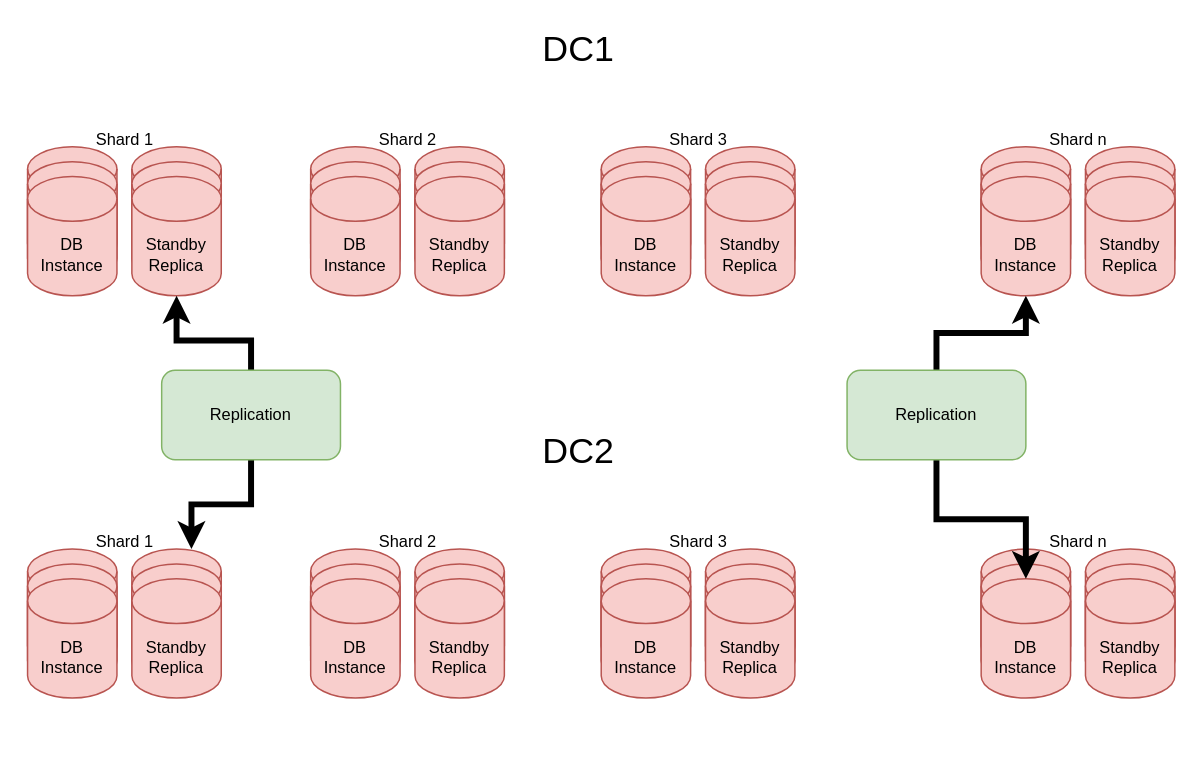
Earlier version of the draw.io diagram page "RDBMS-Topology" (5 of 8) of design/sns.drawio (sheelprabhakar/social-network). Source tidied: cells renumbered, new cells numbered last; positions are measured from the earlier drawing's top-left corner, leaving out a move shared by most shapes. Both pictures are drawn from the tidied source at 149%, with x=0, y=0 at pixel (27, 27).
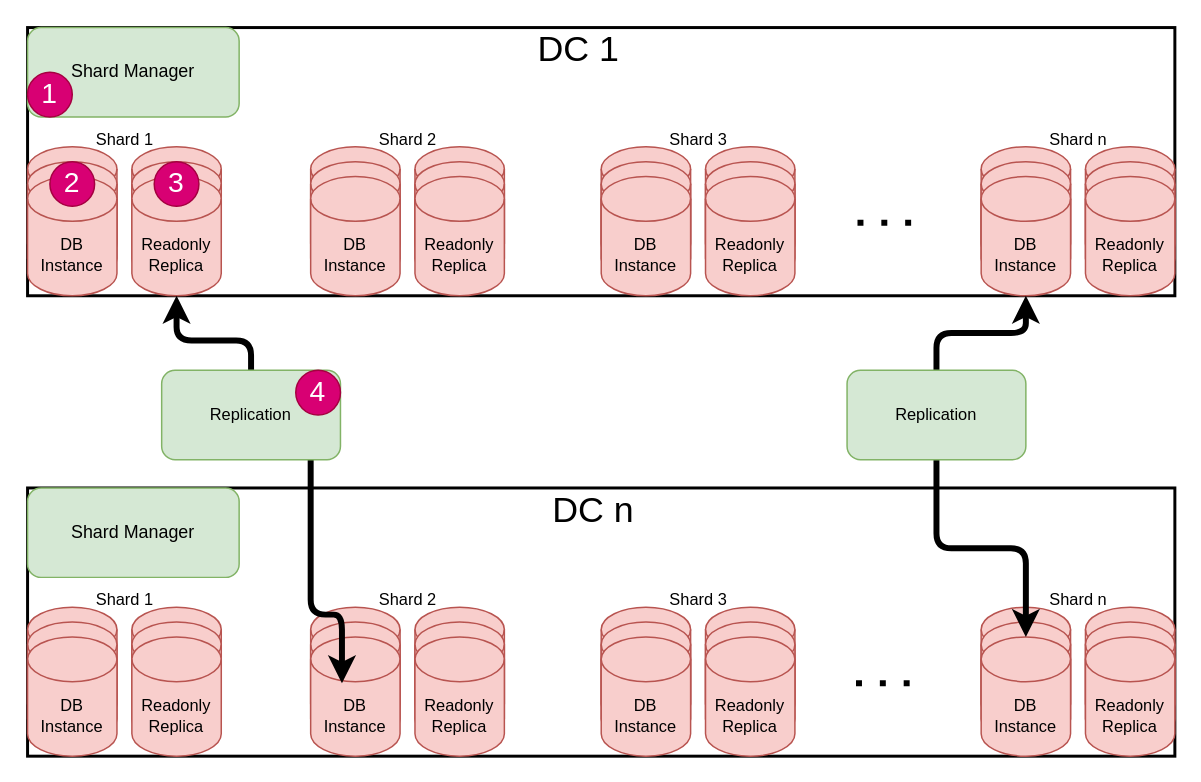
The same diagram, later.

Unchanged cells that the change refers to:
```xml
<mxCell id="5" style="group;fontFamily=Helvetica;fontSize=11;fontColor=default;" parent="4" vertex="1">
  <mxGeometry width="60" height="100" as="geometry" />
</mxCell>
<mxCell id="9" style="group;fontFamily=Helvetica;fontSize=11;fontColor=default;" parent="4" vertex="1">
  <mxGeometry x="70" width="60" height="100" as="geometry" />
</mxCell>
<mxCell id="21" style="group;fontFamily=Helvetica;fontSize=11;fontColor=default;" parent="16" vertex="1">
  <mxGeometry x="70" width="60" height="100" as="geometry" />
</mxCell>
<mxCell id="32" style="group;fontFamily=Helvetica;fontSize=11;fontColor=default;" parent="27" vertex="1">
  <mxGeometry x="70" width="60" height="100" as="geometry" />
</mxCell>
<mxCell id="42" value="DB Instance" style="shape=cylinder3;whiteSpace=wrap;html=1;boundedLbl=1;backgroundOutline=1;size=15;fillColor=#f8cecc;strokeColor=#b85450;fontFamily=Helvetica;fontSize=11;fontColor=default;" parent="39" vertex="1">
  <mxGeometry y="20" width="60" height="80" as="geometry" />
</mxCell>
<mxCell id="43" style="group;fontFamily=Helvetica;fontSize=11;fontColor=default;" parent="38" vertex="1">
  <mxGeometry x="70" width="60" height="100" as="geometry" />
</mxCell>
<mxCell id="55" style="group;fontFamily=Helvetica;fontSize=11;fontColor=default;" parent="50" vertex="1">
  <mxGeometry x="70" width="60" height="100" as="geometry" />
</mxCell>
<mxCell id="56" style="shape=cylinder3;whiteSpace=wrap;html=1;boundedLbl=1;backgroundOutline=1;size=15;fillColor=#f8cecc;strokeColor=#b85450;fontFamily=Helvetica;fontSize=11;fontColor=default;" parent="55" vertex="1">
  <mxGeometry width="60" height="80" as="geometry" />
</mxCell>
<mxCell id="66" value="DB Instance" style="shape=cylinder3;whiteSpace=wrap;html=1;boundedLbl=1;backgroundOutline=1;size=15;fillColor=#f8cecc;strokeColor=#b85450;fontFamily=Helvetica;fontSize=11;fontColor=default;" parent="63" vertex="1">
  <mxGeometry y="20" width="60" height="80" as="geometry" />
</mxCell>
<mxCell id="67" style="group;fontFamily=Helvetica;fontSize=11;fontColor=default;" parent="62" vertex="1">
  <mxGeometry x="70" width="60" height="100" as="geometry" />
</mxCell>
<mxCell id="78" style="group;fontFamily=Helvetica;fontSize=11;fontColor=default;" parent="73" vertex="1">
  <mxGeometry x="70" width="60" height="100" as="geometry" />
</mxCell>
<mxCell id="88" value="DB Instance" style="shape=cylinder3;whiteSpace=wrap;html=1;boundedLbl=1;backgroundOutline=1;size=15;fillColor=#f8cecc;strokeColor=#b85450;fontFamily=Helvetica;fontSize=11;fontColor=default;" parent="85" vertex="1">
  <mxGeometry y="20" width="60" height="80" as="geometry" />
</mxCell>
<mxCell id="89" style="group;fontFamily=Helvetica;fontSize=11;fontColor=default;" parent="84" vertex="1">
  <mxGeometry x="70" width="60" height="100" as="geometry" />
</mxCell>
<mxCell id="96" value="Replication" style="rounded=1;whiteSpace=wrap;html=1;fillColor=#d5e8d4;strokeColor=#82b366;fontFamily=Helvetica;fontSize=11;fontColor=default;" parent="1" vertex="1">
  <mxGeometry x="90" y="230" width="120" height="60" as="geometry" />
</mxCell>
<mxCell id="99" value="Replication" style="rounded=1;whiteSpace=wrap;html=1;fillColor=#d5e8d4;strokeColor=#82b366;fontFamily=Helvetica;fontSize=11;fontColor=default;" parent="1" vertex="1">
  <mxGeometry x="550" y="230" width="120" height="60" as="geometry" />
</mxCell>
```

What changed in the source:
```diff
@@
-    <mxCell id="2" style="group;" parent="1" vertex="1">
+    <mxCell id="2" style="group;strokeColor=default;strokeWidth=2;" parent="1" vertex="1">
       <mxGeometry width="770" height="180" as="geometry" />
     </mxCell>
@@
+    <mxCell id="100" value="&lt;font style=&quot;font-size: 19px;&quot;&gt;2&lt;/font&gt;" style="ellipse;whiteSpace=wrap;html=1;fontFamily=Helvetica;fontSize=11;fillColor=#d80073;strokeColor=#A50040;fontColor=#ffffff;" parent="5" vertex="1">
+      <mxGeometry x="15" y="10" width="30" height="30" as="geometry" />
+    </mxCell>
@@
-    <mxCell id="12" value="Standby Replica" style="shape=cylinder3;whiteSpace=wrap;html=1;boundedLbl=1;backgroundOutline=1;size=15;fillColor=#f8cecc;strokeColor=#b85450;fontFamily=Helvetica;fontSize=11;fontColor=default;" parent="9" vertex="1">
+    <mxCell id="12" value="Readonly Replica" style="shape=cylinder3;whiteSpace=wrap;html=1;boundedLbl=1;backgroundOutline=1;size=15;fillColor=#f8cecc;strokeColor=#b85450;fontFamily=Helvetica;fontSize=11;fontColor=default;" parent="9" vertex="1">
       <mxGeometry y="20" width="60" height="80" as="geometry" />
     </mxCell>
+    <mxCell id="101" value="&lt;font style=&quot;font-size: 19px;&quot;&gt;3&lt;/font&gt;" style="ellipse;whiteSpace=wrap;html=1;fontFamily=Helvetica;fontSize=11;fillColor=#d80073;strokeColor=#A50040;fontColor=#ffffff;" parent="9" vertex="1">
+      <mxGeometry x="15" y="10" width="30" height="30" as="geometry" />
+    </mxCell>
@@
-    <mxCell id="14" value="&lt;font style=&quot;font-size: 24px;&quot;&gt;DC1&lt;/font&gt;" style="text;html=1;strokeColor=none;fillColor=none;align=center;verticalAlign=middle;whiteSpace=wrap;rounded=0;fontSize=11;fontFamily=Helvetica;fontColor=default;" parent="2" vertex="1">
+    <mxCell id="14" value="&lt;font style=&quot;font-size: 24px;&quot;&gt;DC 1&lt;/font&gt;" style="text;html=1;strokeColor=none;fillColor=none;align=center;verticalAlign=middle;whiteSpace=wrap;rounded=0;fontSize=11;fontFamily=Helvetica;fontColor=default;" parent="2" vertex="1">
       <mxGeometry x="340" width="60" height="30" as="geometry" />
     </mxCell>
@@
-    <mxCell id="24" value="Standby Replica" style="shape=cylinder3;whiteSpace=wrap;html=1;boundedLbl=1;backgroundOutline=1;size=15;fillColor=#f8cecc;strokeColor=#b85450;fontFamily=Helvetica;fontSize=11;fontColor=default;" parent="21" vertex="1">
+    <mxCell id="24" value="Readonly Replica" style="shape=cylinder3;whiteSpace=wrap;html=1;boundedLbl=1;backgroundOutline=1;size=15;fillColor=#f8cecc;strokeColor=#b85450;fontFamily=Helvetica;fontSize=11;fontColor=default;" parent="21" vertex="1">
       <mxGeometry y="20" width="60" height="80" as="geometry" />
     </mxCell>
@@
-    <mxCell id="35" value="Standby Replica" style="shape=cylinder3;whiteSpace=wrap;html=1;boundedLbl=1;backgroundOutline=1;size=15;fillColor=#f8cecc;strokeColor=#b85450;fontFamily=Helvetica;fontSize=11;fontColor=default;" parent="32" vertex="1">
+    <mxCell id="35" value="Readonly Replica" style="shape=cylinder3;whiteSpace=wrap;html=1;boundedLbl=1;backgroundOutline=1;size=15;fillColor=#f8cecc;strokeColor=#b85450;fontFamily=Helvetica;fontSize=11;fontColor=default;" parent="32" vertex="1">
       <mxGeometry y="20" width="60" height="80" as="geometry" />
     </mxCell>
@@
-    <mxCell id="46" value="Standby Replica" style="shape=cylinder3;whiteSpace=wrap;html=1;boundedLbl=1;backgroundOutline=1;size=15;fillColor=#f8cecc;strokeColor=#b85450;fontFamily=Helvetica;fontSize=11;fontColor=default;" parent="43" vertex="1">
+    <mxCell id="46" value="Readonly Replica" style="shape=cylinder3;whiteSpace=wrap;html=1;boundedLbl=1;backgroundOutline=1;size=15;fillColor=#f8cecc;strokeColor=#b85450;fontFamily=Helvetica;fontSize=11;fontColor=default;" parent="43" vertex="1">
       <mxGeometry y="20" width="60" height="80" as="geometry" />
     </mxCell>
@@
+    <mxCell id="102" value="Shard Manager" style="rounded=1;whiteSpace=wrap;html=1;fillColor=#d5e8d4;strokeColor=#82b366;" parent="2" vertex="1">
+      <mxGeometry width="142" height="60" as="geometry" />
+    </mxCell>
-    <mxCell id="48" style="group;" parent="1" vertex="1">
-      <mxGeometry y="270" width="770" height="180" as="geometry" />
+    <mxCell id="48" style="group;strokeColor=default;strokeWidth=2;" parent="1" vertex="1">
+      <mxGeometry y="309" width="770" height="180" as="geometry" />
     </mxCell>
@@
-    <mxCell id="58" value="Standby Replica" style="shape=cylinder3;whiteSpace=wrap;html=1;boundedLbl=1;backgroundOutline=1;size=15;fillColor=#f8cecc;strokeColor=#b85450;fontFamily=Helvetica;fontSize=11;fontColor=default;" parent="55" vertex="1">
+    <mxCell id="58" value="Readonly Replica" style="shape=cylinder3;whiteSpace=wrap;html=1;boundedLbl=1;backgroundOutline=1;size=15;fillColor=#f8cecc;strokeColor=#b85450;fontFamily=Helvetica;fontSize=11;fontColor=default;" parent="55" vertex="1">
       <mxGeometry y="20" width="60" height="80" as="geometry" />
     </mxCell>
@@
-    <mxCell id="60" value="&lt;font style=&quot;font-size: 24px;&quot;&gt;DC2&lt;/font&gt;" style="text;html=1;strokeColor=none;fillColor=none;align=center;verticalAlign=middle;whiteSpace=wrap;rounded=0;fontSize=11;fontFamily=Helvetica;fontColor=default;" parent="48" vertex="1">
-      <mxGeometry x="340" width="60" height="30" as="geometry" />
+    <mxCell id="60" value="&lt;font style=&quot;font-size: 24px;&quot;&gt;DC n&lt;/font&gt;" style="text;html=1;strokeColor=none;fillColor=none;align=center;verticalAlign=middle;whiteSpace=wrap;rounded=0;fontSize=11;fontFamily=Helvetica;fontColor=default;" parent="48" vertex="1">
+      <mxGeometry x="340" width="80" height="30" as="geometry" />
     </mxCell>
@@
-    <mxCell id="70" value="Standby Replica" style="shape=cylinder3;whiteSpace=wrap;html=1;boundedLbl=1;backgroundOutline=1;size=15;fillColor=#f8cecc;strokeColor=#b85450;fontFamily=Helvetica;fontSize=11;fontColor=default;" parent="67" vertex="1">
+    <mxCell id="70" value="Readonly Replica" style="shape=cylinder3;whiteSpace=wrap;html=1;boundedLbl=1;backgroundOutline=1;size=15;fillColor=#f8cecc;strokeColor=#b85450;fontFamily=Helvetica;fontSize=11;fontColor=default;" parent="67" vertex="1">
       <mxGeometry y="20" width="60" height="80" as="geometry" />
     </mxCell>
@@
-    <mxCell id="81" value="Standby Replica" style="shape=cylinder3;whiteSpace=wrap;html=1;boundedLbl=1;backgroundOutline=1;size=15;fillColor=#f8cecc;strokeColor=#b85450;fontFamily=Helvetica;fontSize=11;fontColor=default;" parent="78" vertex="1">
+    <mxCell id="81" value="Readonly Replica" style="shape=cylinder3;whiteSpace=wrap;html=1;boundedLbl=1;backgroundOutline=1;size=15;fillColor=#f8cecc;strokeColor=#b85450;fontFamily=Helvetica;fontSize=11;fontColor=default;" parent="78" vertex="1">
       <mxGeometry y="20" width="60" height="80" as="geometry" />
     </mxCell>
@@
-    <mxCell id="92" value="Standby Replica" style="shape=cylinder3;whiteSpace=wrap;html=1;boundedLbl=1;backgroundOutline=1;size=15;fillColor=#f8cecc;strokeColor=#b85450;fontFamily=Helvetica;fontSize=11;fontColor=default;" parent="89" vertex="1">
+    <mxCell id="92" value="Readonly Replica" style="shape=cylinder3;whiteSpace=wrap;html=1;boundedLbl=1;backgroundOutline=1;size=15;fillColor=#f8cecc;strokeColor=#b85450;fontFamily=Helvetica;fontSize=11;fontColor=default;" parent="89" vertex="1">
       <mxGeometry y="20" width="60" height="80" as="geometry" />
     </mxCell>
@@
+    <mxCell id="103" style="endArrow=none;dashed=1;html=1;dashPattern=1 3;strokeWidth=4;rounded=0;labelBackgroundColor=default;strokeColor=default;fontFamily=Helvetica;fontSize=11;fontColor=default;shape=connector;" parent="48" edge="1">
+      <mxGeometry relative="1" as="geometry">
+        <mxPoint x="556" y="131" as="sourcePoint" />
+        <mxPoint x="596" y="131" as="targetPoint" />
+      </mxGeometry>
+    </mxCell>
+    <mxCell id="104" value="Shard Manager" style="rounded=1;whiteSpace=wrap;html=1;fillColor=#d5e8d4;strokeColor=#82b366;" parent="48" vertex="1">
+      <mxGeometry width="142" height="60" as="geometry" />
+    </mxCell>
-    <mxCell id="94" style="edgeStyle=orthogonalEdgeStyle;shape=connector;rounded=0;jettySize=auto;html=1;exitX=0.5;exitY=0;exitDx=0;exitDy=0;labelBackgroundColor=default;strokeColor=default;strokeWidth=4;fontFamily=Helvetica;fontSize=11;fontColor=default;endArrow=classic;entryX=0.5;entryY=1;entryDx=0;entryDy=0;entryPerimeter=0;" parent="1" edge="1" source="96" target="12">
+    <mxCell id="94" style="edgeStyle=orthogonalEdgeStyle;shape=connector;rounded=1;jettySize=auto;html=1;exitX=0.5;exitY=0;exitDx=0;exitDy=0;labelBackgroundColor=default;strokeColor=default;strokeWidth=4;fontFamily=Helvetica;fontSize=11;fontColor=default;endArrow=classic;entryX=0.5;entryY=1;entryDx=0;entryDy=0;entryPerimeter=0;" parent="1" edge="1" source="96" target="12">
       <mxGeometry relative="1" as="geometry">
         <Array as="points">
           <mxPoint x="150" y="210" />
           <mxPoint x="100" y="210" />
         </Array>
       </mxGeometry>
     </mxCell>
-    <mxCell id="95" style="edgeStyle=orthogonalEdgeStyle;shape=connector;rounded=0;jettySize=auto;html=1;labelBackgroundColor=default;strokeColor=default;strokeWidth=4;fontFamily=Helvetica;fontSize=11;fontColor=default;endArrow=classic;" parent="1" edge="1" source="96" target="56">
+    <mxCell id="95" style="edgeStyle=orthogonalEdgeStyle;shape=connector;rounded=1;jettySize=auto;html=1;labelBackgroundColor=default;strokeColor=default;strokeWidth=4;fontFamily=Helvetica;fontSize=11;fontColor=default;endArrow=classic;entryX=0.35;entryY=0.388;entryDx=0;entryDy=0;entryPerimeter=0;" parent="1" edge="1" source="96" target="66">
       <mxGeometry relative="1" as="geometry">
         <Array as="points">
-          <mxPoint x="150" y="320" />
-          <mxPoint x="110" y="320" />
+          <mxPoint x="190" y="394" />
+          <mxPoint x="211" y="394" />
         </Array>
       </mxGeometry>
     </mxCell>
@@
-    <mxCell id="97" style="edgeStyle=orthogonalEdgeStyle;shape=connector;rounded=0;jettySize=auto;html=1;labelBackgroundColor=default;strokeColor=default;strokeWidth=4;fontFamily=Helvetica;fontSize=11;fontColor=default;endArrow=classic;" parent="1" edge="1" source="99" target="42">
+    <mxCell id="97" style="edgeStyle=orthogonalEdgeStyle;shape=connector;rounded=1;jettySize=auto;html=1;labelBackgroundColor=default;strokeColor=default;strokeWidth=4;fontFamily=Helvetica;fontSize=11;fontColor=default;endArrow=classic;" parent="1" edge="1" source="99" target="42">
       <mxGeometry relative="1" as="geometry" />
     </mxCell>
-    <mxCell id="98" style="edgeStyle=orthogonalEdgeStyle;shape=connector;rounded=0;jettySize=auto;html=1;labelBackgroundColor=default;strokeColor=default;strokeWidth=4;fontFamily=Helvetica;fontSize=11;fontColor=default;endArrow=classic;" parent="1" edge="1" source="99" target="88">
+    <mxCell id="98" style="edgeStyle=orthogonalEdgeStyle;shape=connector;rounded=1;jettySize=auto;html=1;labelBackgroundColor=default;strokeColor=default;strokeWidth=4;fontFamily=Helvetica;fontSize=11;fontColor=default;endArrow=classic;" parent="1" edge="1" source="99" target="88">
       <mxGeometry relative="1" as="geometry" />
     </mxCell>
@@
+    <mxCell id="105" style="endArrow=none;dashed=1;html=1;dashPattern=1 3;strokeWidth=4;rounded=0;labelBackgroundColor=default;strokeColor=default;fontFamily=Helvetica;fontSize=11;fontColor=default;shape=connector;" parent="1" edge="1">
+      <mxGeometry relative="1" as="geometry">
+        <mxPoint x="557" y="131" as="sourcePoint" />
+        <mxPoint x="597" y="131" as="targetPoint" />
+      </mxGeometry>
+    </mxCell>
+    <mxCell id="106" value="&lt;font style=&quot;font-size: 19px;&quot;&gt;1&lt;/font&gt;" style="ellipse;whiteSpace=wrap;html=1;fontFamily=Helvetica;fontSize=11;fillColor=#d80073;strokeColor=#A50040;fontColor=#ffffff;" parent="1" vertex="1">
+      <mxGeometry y="30" width="30" height="30" as="geometry" />
+    </mxCell>
+    <mxCell id="107" value="&lt;font style=&quot;font-size: 19px;&quot;&gt;4&lt;/font&gt;" style="ellipse;whiteSpace=wrap;html=1;fontFamily=Helvetica;fontSize=11;fillColor=#d80073;strokeColor=#A50040;fontColor=#ffffff;" parent="1" vertex="1">
+      <mxGeometry x="180" y="230" width="30" height="30" as="geometry" />
+    </mxCell>
```
